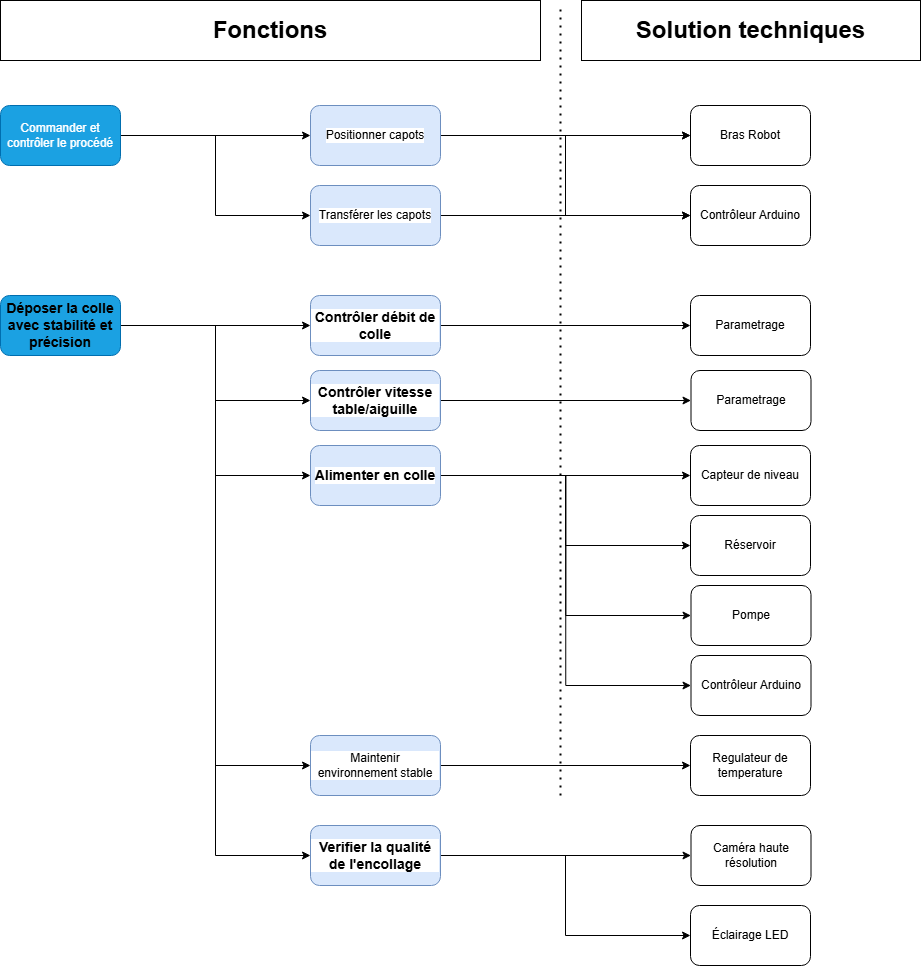
The draw.io diagram PDCA4/Diagramme_FAST.drawio.png in CharifMah/Systemes_automatises, before a commit. Source tidied: cells renumbered, new cells last; positions are measured from the earlier drawing's top-left corner, leaving out a move shared by most shapes.
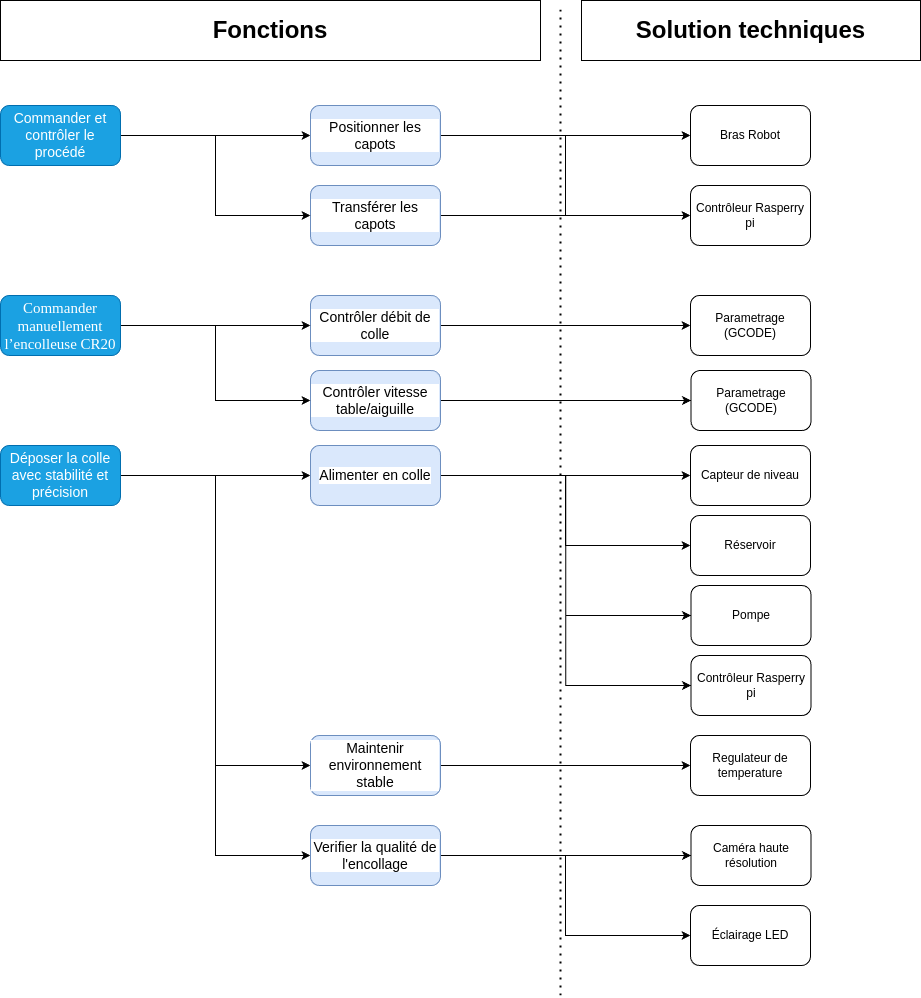
Above is the later version.

Change to the diagram source:
```diff
@@ -5,20 +5,14 @@
     <mxCell id="2" style="edgeStyle=orthogonalEdgeStyle;rounded=0;jettySize=auto;html=1;entryX=0;entryY=0.5;entryDx=0;entryDy=0;" parent="1" edge="1" source="7" target="12">
       <mxGeometry relative="1" as="geometry" />
     </mxCell>
-    <mxCell id="3" style="edgeStyle=orthogonalEdgeStyle;rounded=0;jettySize=auto;html=1;entryX=0;entryY=0.5;entryDx=0;entryDy=0;" parent="1" edge="1" source="7" target="17">
-      <mxGeometry relative="1" as="geometry" />
-    </mxCell>
     <mxCell id="4" style="edgeStyle=orthogonalEdgeStyle;rounded=0;jettySize=auto;html=1;entryX=0;entryY=0.5;entryDx=0;entryDy=0;" parent="1" edge="1" source="7" target="25">
       <mxGeometry relative="1" as="geometry" />
     </mxCell>
-    <mxCell id="5" style="edgeStyle=orthogonalEdgeStyle;rounded=0;jettySize=auto;html=1;entryX=0;entryY=0.5;entryDx=0;entryDy=0;" parent="1" edge="1" source="7" target="19">
-      <mxGeometry relative="1" as="geometry" />
-    </mxCell>
     <mxCell id="6" style="edgeStyle=orthogonalEdgeStyle;rounded=0;jettySize=auto;html=1;entryX=0;entryY=0.5;entryDx=0;entryDy=0;" parent="1" edge="1" source="7" target="42">
       <mxGeometry relative="1" as="geometry" />
     </mxCell>
-    <mxCell id="7" value="&lt;span style=&quot;color: rgb(0, 0, 0); font-family: Arial, sans-serif; font-size: 14px; font-weight: 700;&quot;&gt;Déposer la colle avec stabilité et précision&lt;/span&gt;" style="rounded=1;whiteSpace=wrap;html=1;fillColor=#1ba1e2;fontColor=#ffffff;strokeColor=#006EAF;" parent="1" vertex="1">
-      <mxGeometry y="295" width="120" height="60" as="geometry" />
+    <mxCell id="7" value="&lt;span style=&quot;font-family: Arial, sans-serif; font-size: 14px;&quot;&gt;&lt;font style=&quot;color: rgb(255, 255, 255);&quot;&gt;Déposer la colle avec stabilité et précision&lt;/font&gt;&lt;/span&gt;" style="rounded=1;whiteSpace=wrap;html=1;fillColor=#1ba1e2;fontColor=#ffffff;strokeColor=#006EAF;" parent="1" vertex="1">
+      <mxGeometry y="445" width="120" height="60" as="geometry" />
     </mxCell>
     <mxCell id="8" style="edgeStyle=orthogonalEdgeStyle;rounded=0;jettySize=auto;html=1;entryX=0;entryY=0.5;entryDx=0;entryDy=0;" parent="1" edge="1" source="12" target="34">
       <mxGeometry relative="1" as="geometry" />
@@ -32,7 +26,7 @@
     <mxCell id="11" style="edgeStyle=orthogonalEdgeStyle;rounded=0;jettySize=auto;html=1;entryX=0;entryY=0.5;entryDx=0;entryDy=0;" parent="1" edge="1" source="12" target="39">
       <mxGeometry relative="1" as="geometry" />
     </mxCell>
-    <mxCell id="12" value="&lt;span style=&quot;font-family: Arial, sans-serif; font-size: 14px; font-weight: 700;&quot;&gt;Alimenter en colle&lt;/span&gt;" style="rounded=1;whiteSpace=wrap;html=1;labelBackgroundColor=default;labelBorderColor=none;textShadow=0;fillColor=#dae8fc;strokeColor=#6c8ebf;" parent="1" vertex="1">
+    <mxCell id="12" value="&lt;span style=&quot;font-family: Arial, sans-serif; font-size: 14px;&quot;&gt;Alimenter en colle&lt;/span&gt;" style="rounded=1;whiteSpace=wrap;html=1;labelBackgroundColor=default;labelBorderColor=none;textShadow=0;fillColor=#dae8fc;strokeColor=#6c8ebf;" parent="1" vertex="1">
       <mxGeometry x="310" y="445" width="130" height="60" as="geometry" />
     </mxCell>
     <mxCell id="13" style="edgeStyle=orthogonalEdgeStyle;rounded=0;jettySize=auto;html=1;entryX=0;entryY=0.5;entryDx=0;entryDy=0;" parent="1" edge="1" source="15" target="36">
@@ -41,19 +35,19 @@
     <mxCell id="14" style="edgeStyle=orthogonalEdgeStyle;rounded=0;jettySize=auto;html=1;entryX=0;entryY=0.5;entryDx=0;entryDy=0;" parent="1" edge="1" source="15" target="45">
       <mxGeometry relative="1" as="geometry" />
     </mxCell>
-    <mxCell id="15" value="&lt;div&gt;Transférer les capots&lt;/div&gt;" style="rounded=1;whiteSpace=wrap;html=1;labelBackgroundColor=default;labelBorderColor=none;textShadow=0;fillColor=#dae8fc;strokeColor=#6c8ebf;" parent="1" vertex="1">
+    <mxCell id="15" value="&lt;div&gt;&lt;font style=&quot;font-size: 14px;&quot;&gt;Transférer les capots&lt;/font&gt;&lt;/div&gt;" style="rounded=1;whiteSpace=wrap;html=1;labelBackgroundColor=default;labelBorderColor=none;textShadow=0;fillColor=#dae8fc;strokeColor=#6c8ebf;" parent="1" vertex="1">
       <mxGeometry x="310" y="185" width="130" height="60" as="geometry" />
     </mxCell>
     <mxCell id="16" style="edgeStyle=orthogonalEdgeStyle;rounded=0;jettySize=auto;html=1;entryX=0;entryY=0.5;entryDx=0;entryDy=0;" parent="1" edge="1" source="17" target="32">
       <mxGeometry relative="1" as="geometry" />
     </mxCell>
-    <mxCell id="17" value="&lt;span style=&quot;font-family: Arial, sans-serif; font-size: 14px; font-weight: 700;&quot;&gt;Contrôler débit de colle&lt;/span&gt;" style="rounded=1;whiteSpace=wrap;html=1;labelBackgroundColor=default;labelBorderColor=none;textShadow=0;fillColor=#dae8fc;strokeColor=#6c8ebf;" parent="1" vertex="1">
+    <mxCell id="17" value="&lt;span style=&quot;font-family: Arial, sans-serif; font-size: 14px;&quot;&gt;Contrôler débit de colle&lt;/span&gt;" style="rounded=1;whiteSpace=wrap;html=1;labelBackgroundColor=default;labelBorderColor=none;textShadow=0;fillColor=#dae8fc;strokeColor=#6c8ebf;" parent="1" vertex="1">
       <mxGeometry x="310" y="295" width="130" height="60" as="geometry" />
     </mxCell>
     <mxCell id="18" style="edgeStyle=orthogonalEdgeStyle;rounded=0;jettySize=auto;html=1;entryX=0;entryY=0.5;entryDx=0;entryDy=0;" parent="1" edge="1" source="19" target="33">
       <mxGeometry relative="1" as="geometry" />
     </mxCell>
-    <mxCell id="19" value="&lt;span style=&quot;font-family: Arial, sans-serif; font-size: 14px; font-weight: 700;&quot;&gt;Contrôler vitesse table/aiguille&lt;/span&gt;" style="rounded=1;whiteSpace=wrap;html=1;labelBackgroundColor=default;labelBorderColor=none;textShadow=0;fillColor=#dae8fc;strokeColor=#6c8ebf;" parent="1" vertex="1">
+    <mxCell id="19" value="&lt;span style=&quot;font-family: Arial, sans-serif; font-size: 14px;&quot;&gt;Contrôler vitesse table/aiguille&lt;/span&gt;" style="rounded=1;whiteSpace=wrap;html=1;labelBackgroundColor=default;labelBorderColor=none;textShadow=0;fillColor=#dae8fc;strokeColor=#6c8ebf;" parent="1" vertex="1">
       <mxGeometry x="310" y="370" width="130" height="60" as="geometry" />
     </mxCell>
     <mxCell id="20" style="edgeStyle=orthogonalEdgeStyle;rounded=0;jettySize=auto;html=1;entryX=0;entryY=0.5;entryDx=0;entryDy=0;exitX=1;exitY=0.5;exitDx=0;exitDy=0;" parent="1" edge="1" source="27" target="23">
@@ -65,24 +59,24 @@
     <mxCell id="22" style="edgeStyle=orthogonalEdgeStyle;rounded=0;jettySize=auto;html=1;entryX=0;entryY=0.5;entryDx=0;entryDy=0;" parent="1" edge="1" source="23" target="45">
       <mxGeometry relative="1" as="geometry" />
     </mxCell>
-    <mxCell id="23" value="Positionner capots" style="rounded=1;whiteSpace=wrap;html=1;labelBackgroundColor=default;labelBorderColor=none;textShadow=0;fillColor=#dae8fc;strokeColor=#6c8ebf;" parent="1" vertex="1">
+    <mxCell id="23" value="&lt;font style=&quot;font-size: 14px;&quot;&gt;Positionner les capots&lt;/font&gt;" style="rounded=1;whiteSpace=wrap;html=1;labelBackgroundColor=default;labelBorderColor=none;textShadow=0;fillColor=#dae8fc;strokeColor=#6c8ebf;" parent="1" vertex="1">
       <mxGeometry x="310" y="105" width="130" height="60" as="geometry" />
     </mxCell>
     <mxCell id="24" style="edgeStyle=orthogonalEdgeStyle;rounded=0;jettySize=auto;html=1;entryX=0;entryY=0.5;entryDx=0;entryDy=0;" parent="1" edge="1" source="25" target="35">
       <mxGeometry relative="1" as="geometry" />
     </mxCell>
-    <mxCell id="25" value="Maintenir environnement stable" style="rounded=1;whiteSpace=wrap;html=1;labelBackgroundColor=default;labelBorderColor=none;textShadow=0;fillColor=#dae8fc;strokeColor=#6c8ebf;" parent="1" vertex="1">
+    <mxCell id="25" value="&lt;font style=&quot;font-size: 14px;&quot;&gt;Maintenir environnement stable&lt;/font&gt;" style="rounded=1;whiteSpace=wrap;html=1;labelBackgroundColor=default;labelBorderColor=none;textShadow=0;fillColor=#dae8fc;strokeColor=#6c8ebf;" parent="1" vertex="1">
       <mxGeometry x="310" y="735" width="130" height="60" as="geometry" />
     </mxCell>
     <mxCell id="26" style="edgeStyle=orthogonalEdgeStyle;rounded=0;jettySize=auto;html=1;entryX=0;entryY=0.5;entryDx=0;entryDy=0;" parent="1" edge="1" source="27" target="15">
       <mxGeometry relative="1" as="geometry" />
     </mxCell>
-    <mxCell id="27" value="&lt;span&gt;&lt;font style=&quot;color: light-dark(rgb(255, 255, 255), rgb(255, 255, 255));&quot;&gt;Commander et contrôler le procédé&lt;/font&gt;&lt;/span&gt;" style="rounded=1;whiteSpace=wrap;html=1;fillColor=#1ba1e2;fontColor=#ffffff;strokeColor=#006EAF;" parent="1" vertex="1">
+    <mxCell id="27" value="&lt;span&gt;&lt;font style=&quot;color: light-dark(rgb(255, 255, 255), rgb(255, 255, 255)); font-size: 14px;&quot;&gt;Commander et contrôler le procédé&lt;/font&gt;&lt;/span&gt;" style="rounded=1;whiteSpace=wrap;html=1;fillColor=#1ba1e2;fontColor=#ffffff;strokeColor=#006EAF;" parent="1" vertex="1">
       <mxGeometry y="105" width="120" height="60" as="geometry" />
     </mxCell>
     <mxCell id="28" style="endArrow=none;dashed=1;html=1;dashPattern=1 3;strokeWidth=2;rounded=0;" parent="1" edge="1">
       <mxGeometry relative="1" as="geometry">
-        <mxPoint x="560" y="795" as="sourcePoint" />
+        <mxPoint x="560" y="995" as="sourcePoint" />
         <mxPoint x="560" y="5" as="targetPoint" />
       </mxGeometry>
     </mxCell>
@@ -95,10 +89,10 @@
     <mxCell id="31" value="&lt;h1&gt;&lt;b&gt;Solution techniques&lt;/b&gt;&lt;/h1&gt;" style="rounded=0;whiteSpace=wrap;html=1;" parent="1" vertex="1">
       <mxGeometry x="581" width="339" height="60" as="geometry" />
     </mxCell>
-    <mxCell id="32" value="Parametrage" style="rounded=1;whiteSpace=wrap;html=1;" parent="1" vertex="1">
+    <mxCell id="32" value="Parametrage (GCODE)" style="rounded=1;whiteSpace=wrap;html=1;" parent="1" vertex="1">
       <mxGeometry x="690" y="295" width="120" height="60" as="geometry" />
     </mxCell>
-    <mxCell id="33" value="Parametrage" style="rounded=1;whiteSpace=wrap;html=1;" parent="1" vertex="1">
+    <mxCell id="33" value="Parametrage (GCODE)" style="rounded=1;whiteSpace=wrap;html=1;" parent="1" vertex="1">
       <mxGeometry x="690.5" y="370" width="120" height="60" as="geometry" />
     </mxCell>
     <mxCell id="34" value="Capteur de niveau" style="rounded=1;whiteSpace=wrap;html=1;" parent="1" vertex="1">
@@ -116,7 +110,7 @@
     <mxCell id="38" value="Pompe" style="rounded=1;whiteSpace=wrap;html=1;" parent="1" vertex="1">
       <mxGeometry x="690.5" y="585" width="120" height="60" as="geometry" />
     </mxCell>
-    <mxCell id="39" value="Contrôleur Arduino" style="rounded=1;whiteSpace=wrap;html=1;" parent="1" vertex="1">
+    <mxCell id="39" value="Contrôleur Rasperry pi" style="rounded=1;whiteSpace=wrap;html=1;" parent="1" vertex="1">
       <mxGeometry x="690.5" y="655" width="120" height="60" as="geometry" />
     </mxCell>
     <mxCell id="40" style="edgeStyle=orthogonalEdgeStyle;rounded=0;jettySize=auto;html=1;" parent="1" edge="1" source="42" target="43">
@@ -125,7 +119,7 @@
     <mxCell id="41" style="edgeStyle=orthogonalEdgeStyle;rounded=0;jettySize=auto;html=1;entryX=0;entryY=0.5;entryDx=0;entryDy=0;" parent="1" edge="1" source="42" target="44">
       <mxGeometry relative="1" as="geometry" />
     </mxCell>
-    <mxCell id="42" value="&lt;span style=&quot;font-family: Arial, sans-serif; font-size: 14px; font-weight: 700;&quot;&gt;Verifier la qualité de l'encollage&lt;/span&gt;" style="rounded=1;whiteSpace=wrap;html=1;labelBackgroundColor=default;labelBorderColor=none;textShadow=0;fillColor=#dae8fc;strokeColor=#6c8ebf;" parent="1" vertex="1">
+    <mxCell id="42" value="&lt;span style=&quot;font-family: Arial, sans-serif; font-size: 14px;&quot;&gt;Verifier la qualité de l'encollage&lt;/span&gt;" style="rounded=1;whiteSpace=wrap;html=1;labelBackgroundColor=default;labelBorderColor=none;textShadow=0;fillColor=#dae8fc;strokeColor=#6c8ebf;" parent="1" vertex="1">
       <mxGeometry x="310" y="825" width="130" height="60" as="geometry" />
     </mxCell>
     <mxCell id="43" value="Caméra haute résolution" style="rounded=1;whiteSpace=wrap;html=1;" parent="1" vertex="1">
@@ -134,8 +128,17 @@
     <mxCell id="44" value="Éclairage LED" style="rounded=1;whiteSpace=wrap;html=1;" parent="1" vertex="1">
       <mxGeometry x="690" y="905" width="120" height="60" as="geometry" />
     </mxCell>
-    <mxCell id="45" value="Contrôleur Arduino" style="rounded=1;whiteSpace=wrap;html=1;" parent="1" vertex="1">
+    <mxCell id="45" value="Contrôleur Rasperry pi" style="rounded=1;whiteSpace=wrap;html=1;" parent="1" vertex="1">
       <mxGeometry x="690" y="185" width="120" height="60" as="geometry" />
     </mxCell>
+    <mxCell id="46" style="edgeStyle=orthogonalEdgeStyle;rounded=0;jettySize=auto;html=1;entryX=0;entryY=0.5;entryDx=0;entryDy=0;" parent="1" edge="1" source="48" target="17">
+      <mxGeometry relative="1" as="geometry" />
+    </mxCell>
+    <mxCell id="47" style="edgeStyle=orthogonalEdgeStyle;rounded=0;jettySize=auto;html=1;entryX=0;entryY=0.5;entryDx=0;entryDy=0;" parent="1" edge="1" source="48" target="19">
+      <mxGeometry relative="1" as="geometry" />
+    </mxCell>
+    <mxCell id="48" value="&lt;span style=&quot;font-family: &amp;quot;Roboto Lt&amp;quot;; white-space-collapse: preserve;&quot;&gt;&lt;font style=&quot;font-size: 15px; color: rgb(255, 255, 255);&quot;&gt;Commander manuellement l’encolleuse CR20&lt;/font&gt;&lt;/span&gt;" style="rounded=1;whiteSpace=wrap;html=1;fillColor=#1ba1e2;fontColor=#ffffff;strokeColor=#006EAF;" parent="1" vertex="1">
+      <mxGeometry y="295" width="120" height="60" as="geometry" />
+    </mxCell>
   </root>
 </mxGraphModel>
```
